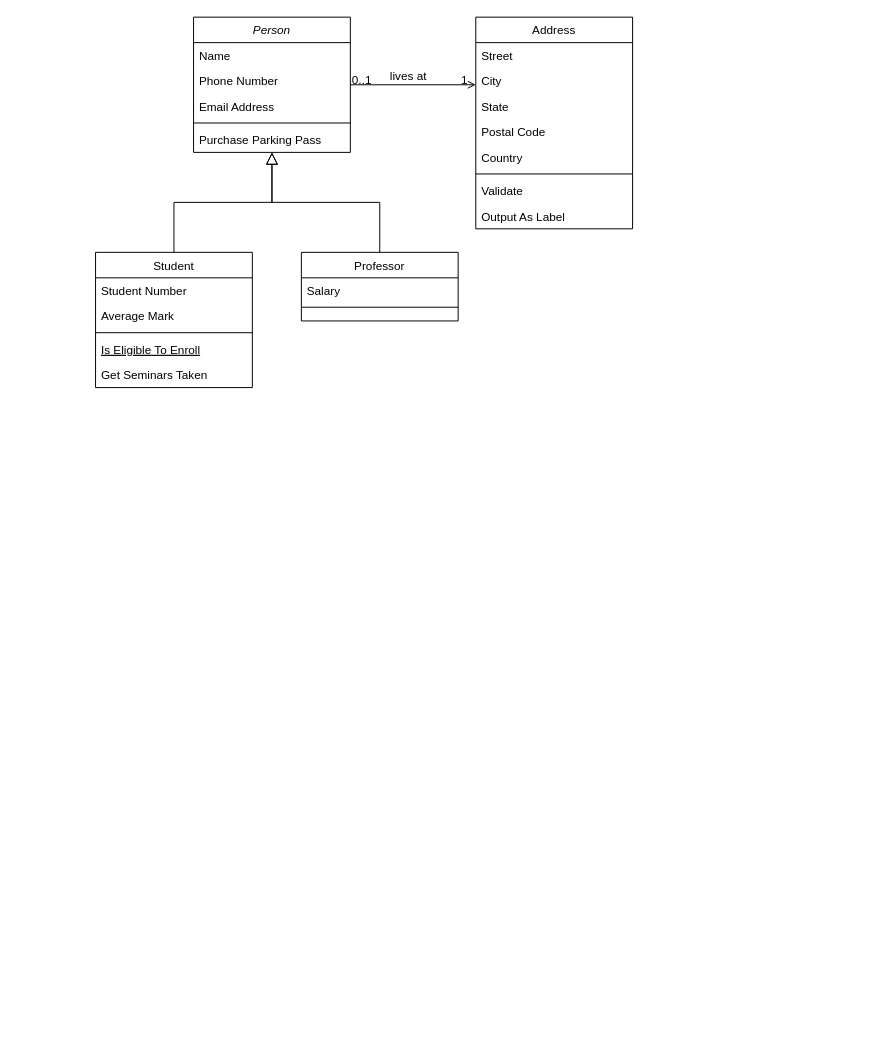
Above: 未命名绘图.drawio in dofospider/gin-vue-admin-learn (draw.io), before the change. Source tidied: cells renumbered, new cells numbered last; positions are measured from the earlier drawing's top-left corner, leaving out a move shared by most shapes. Both pictures are drawn from the tidied source at 98%, with x=0, y=0 at pixel (95, 17).
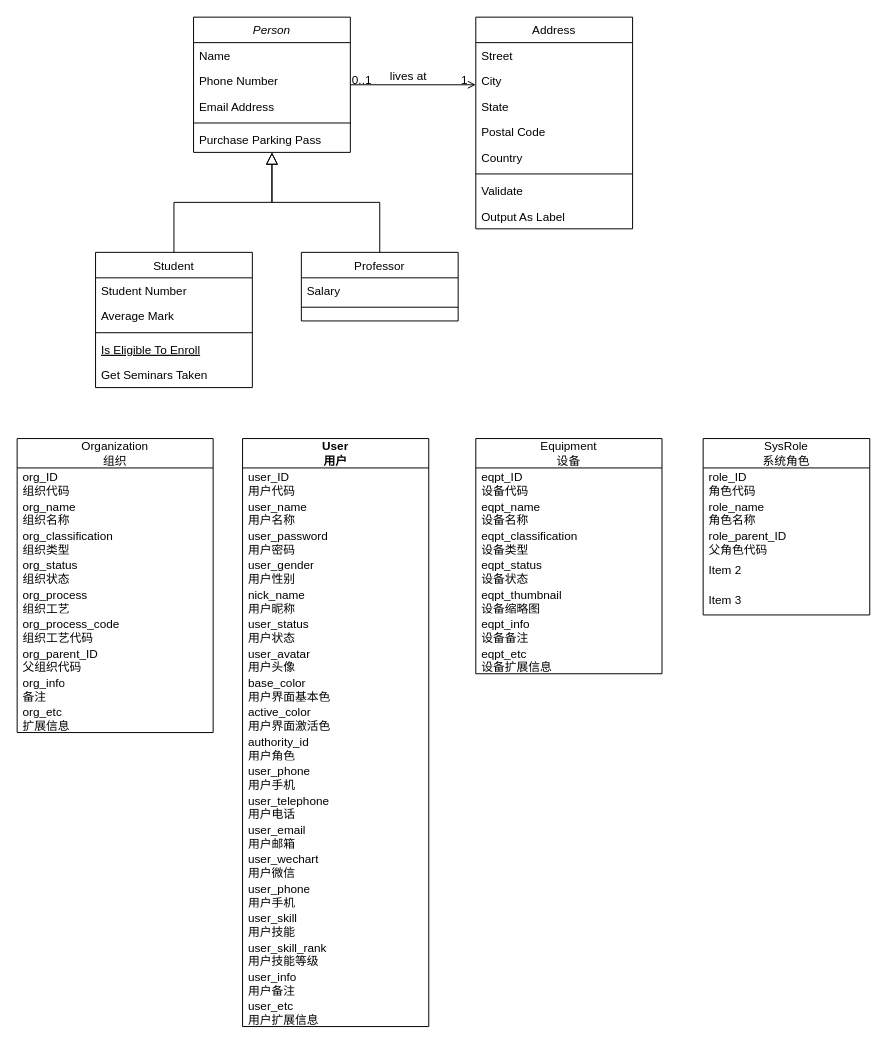
The same diagram, later.

Diff of the diagram source:
```diff
@@
+    <mxCell id="32" value="Organization&lt;br&gt;组织" style="swimlane;fontStyle=0;horizontal=1;startSize=30;whiteSpace=wrap;html=1;" parent="1" vertex="1">
+      <mxGeometry x="-80" y="430" width="200" height="300" as="geometry" />
+    </mxCell>
+    <mxCell id="33" value="org_ID&lt;br&gt;组织代码" style="text;strokeColor=none;fillColor=none;align=left;verticalAlign=middle;spacingLeft=4;spacingRight=4;overflow=hidden;whiteSpace=wrap;html=1;" parent="32" vertex="1">
+      <mxGeometry y="30" width="200" height="30" as="geometry" />
+    </mxCell>
+    <mxCell id="34" value="org_name&lt;br&gt;组织名称" style="text;strokeColor=none;fillColor=none;align=left;verticalAlign=middle;spacingLeft=4;spacingRight=4;overflow=hidden;whiteSpace=wrap;html=1;" parent="32" vertex="1">
+      <mxGeometry y="60" width="200" height="30" as="geometry" />
+    </mxCell>
+    <mxCell id="35" value="org_classification&amp;nbsp;&lt;br&gt;组织类型" style="text;strokeColor=none;fillColor=none;align=left;verticalAlign=middle;spacingLeft=4;spacingRight=4;overflow=hidden;whiteSpace=wrap;html=1;" parent="32" vertex="1">
+      <mxGeometry y="90" width="200" height="30" as="geometry" />
+    </mxCell>
+    <mxCell id="36" value="org_status&lt;br&gt;组织状态" style="text;strokeColor=none;fillColor=none;align=left;verticalAlign=middle;spacingLeft=4;spacingRight=4;overflow=hidden;whiteSpace=wrap;html=1;" parent="32" vertex="1">
+      <mxGeometry y="120" width="200" height="30" as="geometry" />
+    </mxCell>
+    <mxCell id="37" value="org_process&lt;br&gt;组织工艺" style="text;strokeColor=none;fillColor=none;align=left;verticalAlign=middle;spacingLeft=4;spacingRight=4;overflow=hidden;whiteSpace=wrap;html=1;" parent="32" vertex="1">
+      <mxGeometry y="150" width="200" height="30" as="geometry" />
+    </mxCell>
+    <mxCell id="38" value="org_process_code&lt;br&gt;组织工艺代码" style="text;strokeColor=none;fillColor=none;align=left;verticalAlign=middle;spacingLeft=4;spacingRight=4;overflow=hidden;whiteSpace=wrap;html=1;" parent="32" vertex="1">
+      <mxGeometry y="180" width="200" height="30" as="geometry" />
+    </mxCell>
+    <mxCell id="39" value="org_parent_ID&lt;br&gt;父组织代码" style="text;strokeColor=none;fillColor=none;align=left;verticalAlign=middle;spacingLeft=4;spacingRight=4;overflow=hidden;whiteSpace=wrap;html=1;" parent="32" vertex="1">
+      <mxGeometry y="210" width="200" height="30" as="geometry" />
+    </mxCell>
+    <mxCell id="40" value="org_info&lt;br&gt;备注" style="text;strokeColor=none;fillColor=none;align=left;verticalAlign=middle;spacingLeft=4;spacingRight=4;overflow=hidden;whiteSpace=wrap;html=1;" parent="32" vertex="1">
+      <mxGeometry y="240" width="200" height="30" as="geometry" />
+    </mxCell>
+    <mxCell id="41" value="org_etc&lt;br&gt;扩展信息" style="text;strokeColor=none;fillColor=none;align=left;verticalAlign=middle;spacingLeft=4;spacingRight=4;overflow=hidden;whiteSpace=wrap;html=1;" parent="32" vertex="1">
+      <mxGeometry y="270" width="200" height="30" as="geometry" />
+    </mxCell>
+    <mxCell id="42" value="User&lt;br&gt;用户" style="swimlane;fontStyle=1;horizontal=1;startSize=30;whiteSpace=wrap;html=1;" parent="1" vertex="1">
+      <mxGeometry x="150" y="430" width="190" height="600" as="geometry" />
+    </mxCell>
+    <mxCell id="43" value="user_ID&lt;br&gt;用户代码" style="text;strokeColor=none;fillColor=none;align=left;verticalAlign=middle;spacingLeft=4;spacingRight=4;overflow=hidden;whiteSpace=wrap;html=1;" parent="42" vertex="1">
+      <mxGeometry y="30" width="190" height="30" as="geometry" />
+    </mxCell>
+    <mxCell id="44" value="user_name&lt;br&gt;用户名称" style="text;strokeColor=none;fillColor=none;align=left;verticalAlign=middle;spacingLeft=4;spacingRight=4;overflow=hidden;whiteSpace=wrap;html=1;" parent="42" vertex="1">
+      <mxGeometry y="60" width="190" height="30" as="geometry" />
+    </mxCell>
+    <mxCell id="45" value="user_password&lt;br&gt;用户密码" style="text;strokeColor=none;fillColor=none;align=left;verticalAlign=middle;spacingLeft=4;spacingRight=4;overflow=hidden;whiteSpace=wrap;html=1;" parent="42" vertex="1">
+      <mxGeometry y="90" width="190" height="30" as="geometry" />
+    </mxCell>
+    <mxCell id="46" value="user_gender&lt;br&gt;用户性别" style="text;strokeColor=none;fillColor=none;align=left;verticalAlign=middle;spacingLeft=4;spacingRight=4;overflow=hidden;whiteSpace=wrap;html=1;" parent="42" vertex="1">
+      <mxGeometry y="120" width="190" height="30" as="geometry" />
+    </mxCell>
+    <mxCell id="47" value="nick_name&lt;br&gt;用户昵称" style="text;strokeColor=none;fillColor=none;align=left;verticalAlign=middle;spacingLeft=4;spacingRight=4;overflow=hidden;whiteSpace=wrap;html=1;" parent="42" vertex="1">
+      <mxGeometry y="150" width="190" height="30" as="geometry" />
+    </mxCell>
+    <mxCell id="48" value="user_status&lt;br&gt;用户状态" style="text;strokeColor=none;fillColor=none;align=left;verticalAlign=middle;spacingLeft=4;spacingRight=4;overflow=hidden;whiteSpace=wrap;html=1;" parent="42" vertex="1">
+      <mxGeometry y="180" width="190" height="30" as="geometry" />
+    </mxCell>
+    <mxCell id="49" value="user_avatar&lt;br&gt;用户头像" style="text;strokeColor=none;fillColor=none;align=left;verticalAlign=middle;spacingLeft=4;spacingRight=4;overflow=hidden;whiteSpace=wrap;html=1;" parent="42" vertex="1">
+      <mxGeometry y="210" width="190" height="30" as="geometry" />
+    </mxCell>
+    <mxCell id="50" value="base_color&lt;br&gt;用户界面基本色" style="text;strokeColor=none;fillColor=none;align=left;verticalAlign=middle;spacingLeft=4;spacingRight=4;overflow=hidden;whiteSpace=wrap;html=1;" parent="42" vertex="1">
+      <mxGeometry y="240" width="190" height="30" as="geometry" />
+    </mxCell>
+    <mxCell id="51" value="active_color&lt;br&gt;用户界面激活色" style="text;strokeColor=none;fillColor=none;align=left;verticalAlign=middle;spacingLeft=4;spacingRight=4;overflow=hidden;whiteSpace=wrap;html=1;" parent="42" vertex="1">
+      <mxGeometry y="270" width="190" height="30" as="geometry" />
+    </mxCell>
+    <mxCell id="52" value="authority_id&lt;br&gt;用户角色" style="text;strokeColor=none;fillColor=none;align=left;verticalAlign=middle;spacingLeft=4;spacingRight=4;overflow=hidden;whiteSpace=wrap;html=1;" parent="42" vertex="1">
+      <mxGeometry y="300" width="190" height="30" as="geometry" />
+    </mxCell>
+    <mxCell id="53" value="user_phone&lt;br&gt;用户手机" style="text;strokeColor=none;fillColor=none;align=left;verticalAlign=middle;spacingLeft=4;spacingRight=4;overflow=hidden;whiteSpace=wrap;html=1;" parent="42" vertex="1">
+      <mxGeometry y="330" width="190" height="30" as="geometry" />
+    </mxCell>
+    <mxCell id="54" value="user_telephone&lt;br&gt;用户电话" style="text;strokeColor=none;fillColor=none;align=left;verticalAlign=middle;spacingLeft=4;spacingRight=4;overflow=hidden;whiteSpace=wrap;html=1;" parent="42" vertex="1">
+      <mxGeometry y="360" width="190" height="30" as="geometry" />
+    </mxCell>
+    <mxCell id="55" value="user_email&lt;br&gt;用户邮箱" style="text;strokeColor=none;fillColor=none;align=left;verticalAlign=middle;spacingLeft=4;spacingRight=4;overflow=hidden;whiteSpace=wrap;html=1;" parent="42" vertex="1">
+      <mxGeometry y="390" width="190" height="30" as="geometry" />
+    </mxCell>
+    <mxCell id="56" value="user_wechart&lt;br&gt;用户微信" style="text;strokeColor=none;fillColor=none;align=left;verticalAlign=middle;spacingLeft=4;spacingRight=4;overflow=hidden;whiteSpace=wrap;html=1;" parent="42" vertex="1">
+      <mxGeometry y="420" width="190" height="30" as="geometry" />
+    </mxCell>
+    <mxCell id="57" value="user_phone&lt;br&gt;用户手机" style="text;strokeColor=none;fillColor=none;align=left;verticalAlign=middle;spacingLeft=4;spacingRight=4;overflow=hidden;whiteSpace=wrap;html=1;" parent="42" vertex="1">
+      <mxGeometry y="450" width="190" height="30" as="geometry" />
+    </mxCell>
+    <mxCell id="58" value="user_skill&lt;br&gt;用户技能" style="text;strokeColor=none;fillColor=none;align=left;verticalAlign=middle;spacingLeft=4;spacingRight=4;overflow=hidden;whiteSpace=wrap;html=1;" parent="42" vertex="1">
+      <mxGeometry y="480" width="190" height="30" as="geometry" />
+    </mxCell>
+    <mxCell id="59" value="user_skill_rank&lt;br&gt;用户技能等级" style="text;strokeColor=none;fillColor=none;align=left;verticalAlign=middle;spacingLeft=4;spacingRight=4;overflow=hidden;whiteSpace=wrap;html=1;" parent="42" vertex="1">
+      <mxGeometry y="510" width="190" height="30" as="geometry" />
+    </mxCell>
+    <mxCell id="60" value="user_info&lt;br&gt;用户备注" style="text;strokeColor=none;fillColor=none;align=left;verticalAlign=middle;spacingLeft=4;spacingRight=4;overflow=hidden;whiteSpace=wrap;html=1;" parent="42" vertex="1">
+      <mxGeometry y="540" width="190" height="30" as="geometry" />
+    </mxCell>
+    <mxCell id="61" value="user_etc&lt;br&gt;用户扩展信息" style="text;strokeColor=none;fillColor=none;align=left;verticalAlign=middle;spacingLeft=4;spacingRight=4;overflow=hidden;whiteSpace=wrap;html=1;" parent="42" vertex="1">
+      <mxGeometry y="570" width="190" height="30" as="geometry" />
+    </mxCell>
+    <mxCell id="62" value="Equipment&lt;br&gt;设备" style="swimlane;fontStyle=0;horizontal=1;startSize=30;whiteSpace=wrap;html=1;" parent="1" vertex="1">
+      <mxGeometry x="388" y="430" width="190" height="240" as="geometry" />
+    </mxCell>
+    <mxCell id="63" value="eqpt_ID&lt;br&gt;设备代码" style="text;strokeColor=none;fillColor=none;align=left;verticalAlign=middle;spacingLeft=4;spacingRight=4;overflow=hidden;whiteSpace=wrap;html=1;" parent="62" vertex="1">
+      <mxGeometry y="30" width="190" height="30" as="geometry" />
+    </mxCell>
+    <mxCell id="64" value="eqpt_name&lt;br&gt;设备名称" style="text;strokeColor=none;fillColor=none;align=left;verticalAlign=middle;spacingLeft=4;spacingRight=4;overflow=hidden;whiteSpace=wrap;html=1;" parent="62" vertex="1">
+      <mxGeometry y="60" width="190" height="30" as="geometry" />
+    </mxCell>
+    <mxCell id="65" value="eqpt_classification&lt;br&gt;设备类型" style="text;strokeColor=none;fillColor=none;align=left;verticalAlign=middle;spacingLeft=4;spacingRight=4;overflow=hidden;whiteSpace=wrap;html=1;" parent="62" vertex="1">
+      <mxGeometry y="90" width="190" height="30" as="geometry" />
+    </mxCell>
+    <mxCell id="66" value="eqpt_status&lt;br&gt;设备状态" style="text;strokeColor=none;fillColor=none;align=left;verticalAlign=middle;spacingLeft=4;spacingRight=4;overflow=hidden;whiteSpace=wrap;html=1;" parent="62" vertex="1">
+      <mxGeometry y="120" width="190" height="30" as="geometry" />
+    </mxCell>
+    <mxCell id="67" value="eqpt_thumbnail&lt;br&gt;设备缩略图" style="text;strokeColor=none;fillColor=none;align=left;verticalAlign=middle;spacingLeft=4;spacingRight=4;overflow=hidden;whiteSpace=wrap;html=1;" parent="62" vertex="1">
+      <mxGeometry y="150" width="190" height="30" as="geometry" />
+    </mxCell>
+    <mxCell id="68" value="eqpt_info&lt;br&gt;设备备注" style="text;strokeColor=none;fillColor=none;align=left;verticalAlign=middle;spacingLeft=4;spacingRight=4;overflow=hidden;whiteSpace=wrap;html=1;" parent="62" vertex="1">
+      <mxGeometry y="180" width="190" height="30" as="geometry" />
+    </mxCell>
+    <mxCell id="69" value="eqpt_etc&lt;br&gt;设备扩展信息" style="text;strokeColor=none;fillColor=none;align=left;verticalAlign=middle;spacingLeft=4;spacingRight=4;overflow=hidden;whiteSpace=wrap;html=1;" parent="62" vertex="1">
+      <mxGeometry y="210" width="190" height="30" as="geometry" />
+    </mxCell>
+    <mxCell id="70" value="SysRole&lt;br&gt;系统角色" style="swimlane;fontStyle=0;horizontal=1;startSize=30;whiteSpace=wrap;html=1;" parent="1" vertex="1">
+      <mxGeometry x="620" y="430" width="170" height="180" as="geometry" />
+    </mxCell>
+    <mxCell id="71" value="role_ID&lt;br&gt;角色代码" style="text;strokeColor=none;fillColor=none;align=left;verticalAlign=middle;spacingLeft=4;spacingRight=4;overflow=hidden;whiteSpace=wrap;html=1;" parent="70" vertex="1">
+      <mxGeometry y="30" width="170" height="30" as="geometry" />
+    </mxCell>
+    <mxCell id="72" value="role_name&lt;br&gt;角色名称" style="text;strokeColor=none;fillColor=none;align=left;verticalAlign=middle;spacingLeft=4;spacingRight=4;overflow=hidden;whiteSpace=wrap;html=1;" parent="70" vertex="1">
+      <mxGeometry y="60" width="170" height="30" as="geometry" />
+    </mxCell>
+    <mxCell id="73" value="role_parent_ID&lt;br&gt;父角色代码" style="text;strokeColor=none;fillColor=none;align=left;verticalAlign=middle;spacingLeft=4;spacingRight=4;overflow=hidden;whiteSpace=wrap;html=1;" parent="70" vertex="1">
+      <mxGeometry y="90" width="170" height="30" as="geometry" />
+    </mxCell>
+    <mxCell id="74" value="Item 2" style="text;strokeColor=none;fillColor=none;align=left;verticalAlign=middle;spacingLeft=4;spacingRight=4;overflow=hidden;whiteSpace=wrap;html=1;" parent="70" vertex="1">
+      <mxGeometry y="120" width="170" height="30" as="geometry" />
+    </mxCell>
+    <mxCell id="75" value="Item 3" style="text;strokeColor=none;fillColor=none;align=left;verticalAlign=middle;spacingLeft=4;spacingRight=4;overflow=hidden;whiteSpace=wrap;html=1;" parent="70" vertex="1">
+      <mxGeometry y="150" width="170" height="30" as="geometry" />
+    </mxCell>
```
